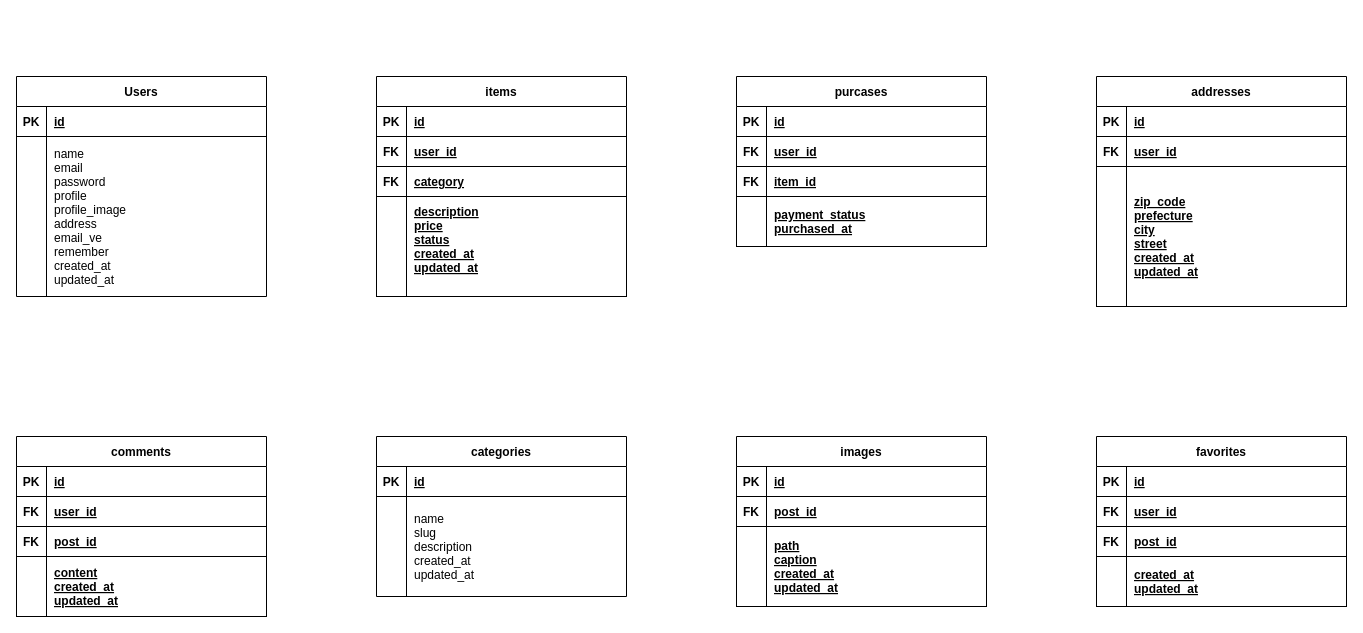
This is mogi-first.drawio from mayu-happy/kadai-test, a draw.io file, before an edit. Source tidied: cells renumbered, new cells numbered last; positions are measured from the earlier drawing's top-left corner, leaving out a move shared by most shapes. Both pictures are drawn from the tidied source at 100%, with x=0, y=0 at pixel (16, 76).
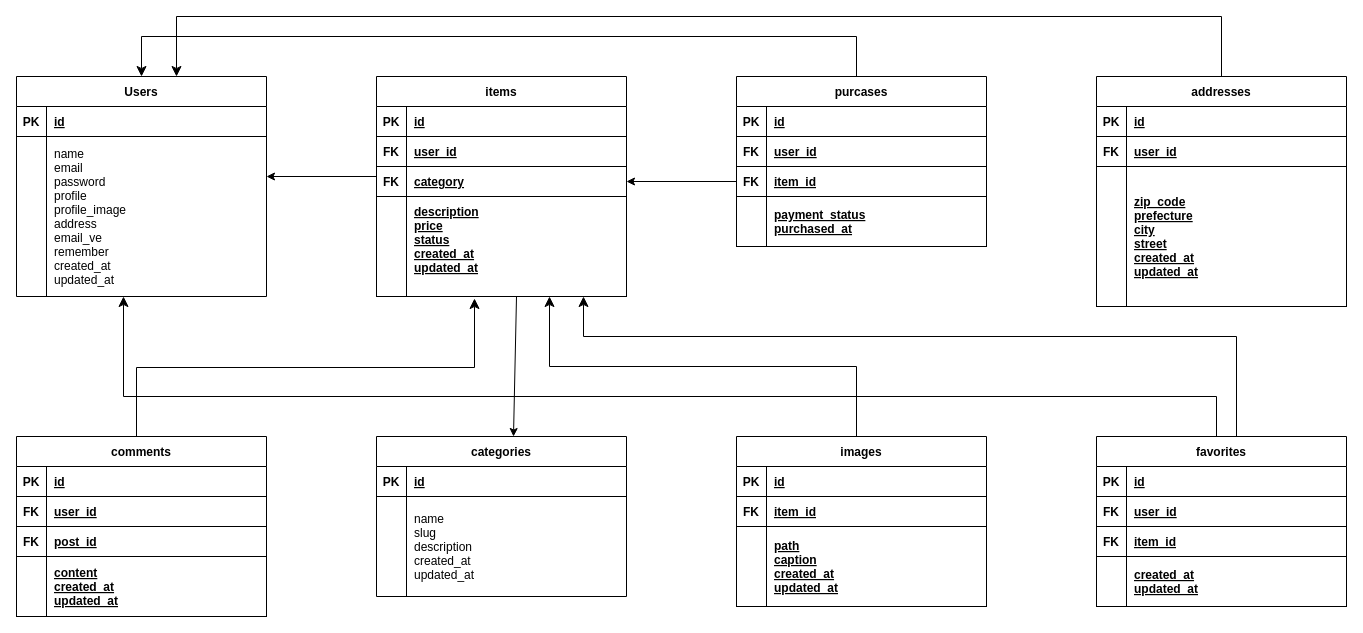
After the change.

Commit message:
mogi-first.drawio を更新します

Unchanged cells that the change refers to:
```xml
<mxCell id="2" value="Users" style="shape=table;startSize=30;childLayout=tableLayout;rowLines=0;fontStyle=1;align=center;" parent="1" vertex="1">
  <mxGeometry width="250" height="220" as="geometry" />
</mxCell>
<mxCell id="16" style="shape=partialRectangle;fillColor=none;points=[[0,0.5],[1,0.5]];portConstraint=eastwest;top=0;left=0;right=0;bottom=1;" parent="9" vertex="1">
  <mxGeometry y="90" width="250" height="30" as="geometry" />
</mxCell>
<mxCell id="19" style="shape=partialRectangle;fillColor=none;points=[[0,0.5],[1,0.5]];portConstraint=eastwest;top=0;left=0;right=0;bottom=1;" parent="9" vertex="1">
  <mxGeometry y="120" width="250" height="100" as="geometry" />
</mxCell>
<mxCell id="29" style="shape=partialRectangle;fillColor=none;points=[[0,0.5],[1,0.5]];portConstraint=eastwest;top=0;left=0;right=0;bottom=1;" parent="22" vertex="1">
  <mxGeometry y="90" width="250" height="30" as="geometry" />
</mxCell>
<mxCell id="35" value="addresses" style="shape=table;startSize=30;childLayout=tableLayout;rowLines=0;fontStyle=1;align=center;" parent="1" vertex="1">
  <mxGeometry x="1080" width="250" height="230" as="geometry" />
</mxCell>
<mxCell id="69" style="shape=partialRectangle;fillColor=none;top=0;left=0;right=0;bottom=1;" parent="65" vertex="1">
  <mxGeometry y="60" width="250" height="30" as="geometry" />
</mxCell>
<mxCell id="82" style="shape=partialRectangle;fillColor=none;top=0;left=0;right=0;bottom=1;" parent="75" vertex="1">
  <mxGeometry y="90" width="250" height="30" as="geometry" />
</mxCell>
```

Diff of the diagram source:
```diff
@@
-    <mxCell id="71" value="post_id" style="shape=partialRectangle;overflow=hidden;fillColor=none;top=0;left=0;bottom=0;right=0;align=left;spacingLeft=6;fontStyle=5;" parent="69" vertex="1">
+    <mxCell id="71" value="item_id" style="shape=partialRectangle;overflow=hidden;fillColor=none;top=0;left=0;bottom=0;right=0;align=left;spacingLeft=6;fontStyle=5;" parent="69" vertex="1">
       <mxGeometry x="30" width="220" height="30" as="geometry" />
     </mxCell>
@@
-    <mxCell id="84" value="post_id" style="shape=partialRectangle;overflow=hidden;fillColor=none;top=0;left=0;bottom=0;right=0;align=left;spacingLeft=6;fontStyle=5;" parent="82" vertex="1">
+    <mxCell id="84" value="item_id" style="shape=partialRectangle;overflow=hidden;fillColor=none;top=0;left=0;bottom=0;right=0;align=left;spacingLeft=6;fontStyle=5;" parent="82" vertex="1">
       <mxGeometry x="30" width="220" height="30" as="geometry" />
     </mxCell>
@@
+    <mxCell id="88" style="endArrow=classic;html=1;rounded=0;" parent="1" edge="1">
+      <mxGeometry relative="1" as="geometry">
+        <mxPoint x="360" y="100" as="sourcePoint" />
+        <mxPoint x="250" y="100" as="targetPoint" />
+      </mxGeometry>
+    </mxCell>
+    <mxCell id="89" style="endArrow=classic;html=1;rounded=0;" parent="1" edge="1">
+      <mxGeometry relative="1" as="geometry">
+        <mxPoint x="500" y="220" as="sourcePoint" />
+        <mxPoint x="497" y="360" as="targetPoint" />
+      </mxGeometry>
+    </mxCell>
+    <mxCell id="90" style="edgeStyle=elbowEdgeStyle;elbow=vertical;endArrow=classic;html=1;curved=0;rounded=0;endSize=8;startSize=8;entryX=0.5;entryY=0;entryDx=0;entryDy=0;" parent="1" edge="1" target="2">
+      <mxGeometry relative="1" as="geometry">
+        <mxPoint x="840" as="sourcePoint" />
+        <Array as="points">
+          <mxPoint x="490" y="-40" />
+        </Array>
+      </mxGeometry>
+    </mxCell>
+    <mxCell id="91" style="endArrow=classic;html=1;rounded=0;entryX=1;entryY=0.5;entryDx=0;entryDy=0;exitX=0;exitY=0.5;exitDx=0;exitDy=0;" parent="1" edge="1" source="29" target="16">
+      <mxGeometry relative="1" as="geometry" />
+    </mxCell>
+    <mxCell id="92" style="edgeStyle=elbowEdgeStyle;elbow=vertical;endArrow=classic;html=1;curved=0;rounded=0;endSize=8;startSize=8;entryX=0.64;entryY=0;entryDx=0;entryDy=0;entryPerimeter=0;" parent="1" edge="1" source="35" target="2">
+      <mxGeometry relative="1" as="geometry">
+        <Array as="points">
+          <mxPoint x="1020" y="-60" />
+        </Array>
+      </mxGeometry>
+    </mxCell>
+    <mxCell id="93" style="edgeStyle=elbowEdgeStyle;elbow=vertical;endArrow=classic;html=1;curved=0;rounded=0;endSize=8;startSize=8;entryX=0.392;entryY=1.02;entryDx=0;entryDy=0;entryPerimeter=0;" parent="1" edge="1" target="19">
+      <mxGeometry relative="1" as="geometry">
+        <mxPoint x="120" y="360" as="sourcePoint" />
+      </mxGeometry>
+    </mxCell>
+    <mxCell id="94" style="edgeStyle=elbowEdgeStyle;elbow=vertical;endArrow=classic;html=1;curved=0;rounded=0;endSize=8;startSize=8;entryX=0.692;entryY=1;entryDx=0;entryDy=0;entryPerimeter=0;" parent="1" edge="1" target="19">
+      <mxGeometry relative="1" as="geometry">
+        <mxPoint x="840" y="360" as="sourcePoint" />
+      </mxGeometry>
+    </mxCell>
+    <mxCell id="95" style="edgeStyle=elbowEdgeStyle;elbow=vertical;endArrow=classic;html=1;curved=0;rounded=0;endSize=8;startSize=8;" parent="1" edge="1">
+      <mxGeometry relative="1" as="geometry">
+        <mxPoint x="1200" y="360" as="sourcePoint" />
+        <mxPoint x="107" y="220" as="targetPoint" />
+        <Array as="points">
+          <mxPoint x="650" y="320" />
+        </Array>
+      </mxGeometry>
+    </mxCell>
+    <mxCell id="96" style="edgeStyle=elbowEdgeStyle;elbow=vertical;endArrow=classic;html=1;curved=0;rounded=0;endSize=8;startSize=8;" parent="1" edge="1">
+      <mxGeometry relative="1" as="geometry">
+        <mxPoint x="1220" y="360" as="sourcePoint" />
+        <mxPoint x="567" y="220" as="targetPoint" />
+        <Array as="points">
+          <mxPoint x="890" y="260" />
+        </Array>
+      </mxGeometry>
+    </mxCell>
```
